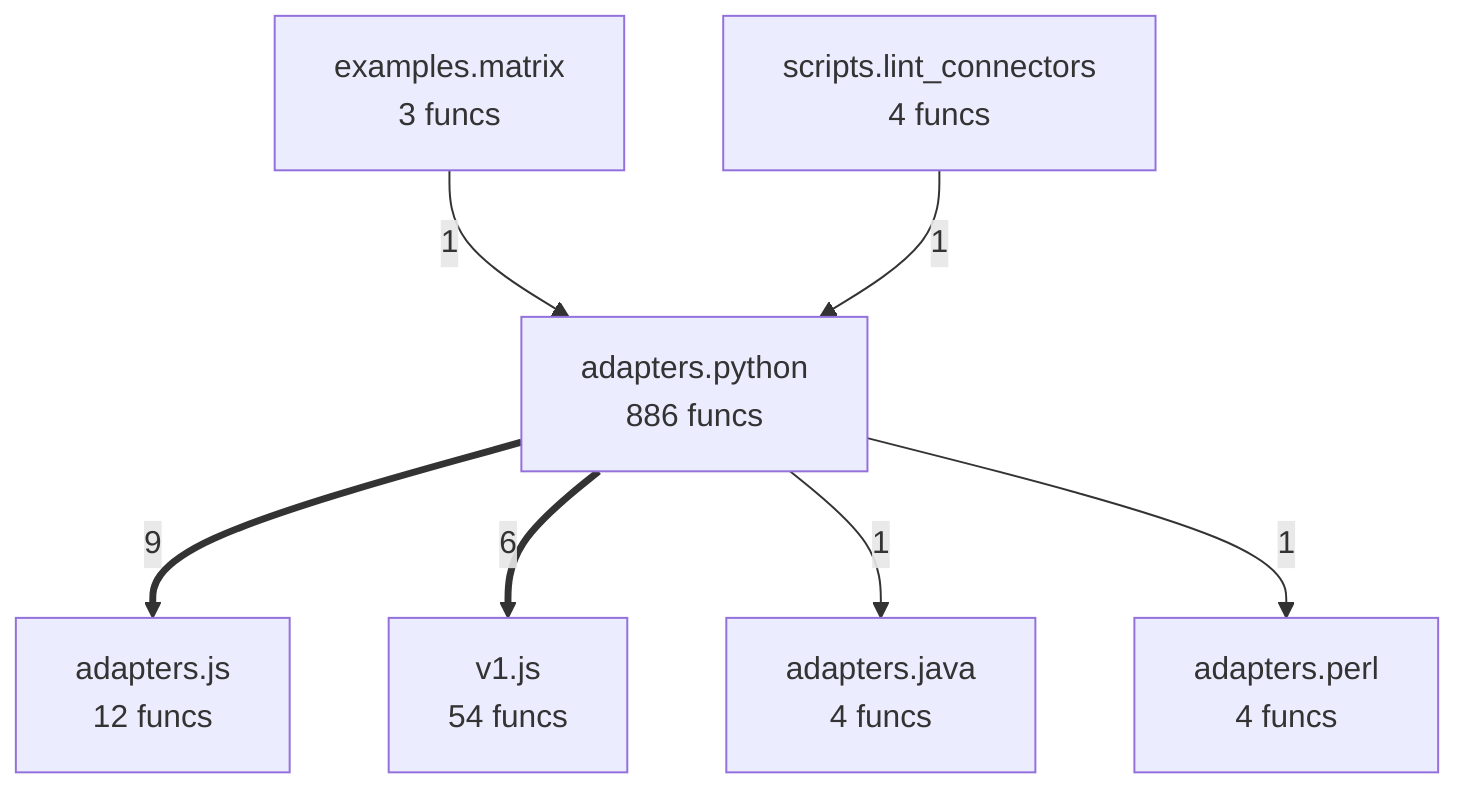
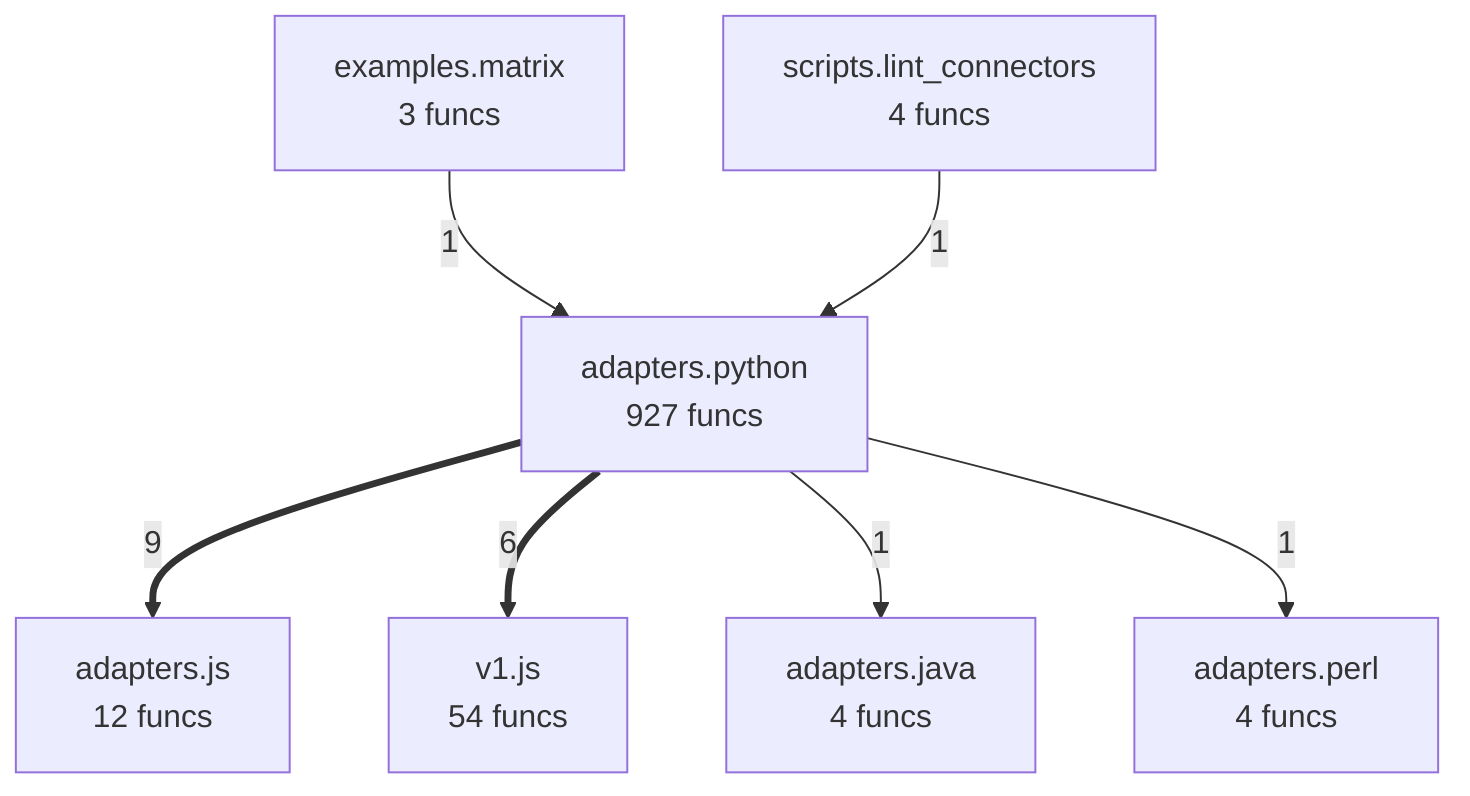
flowchart TD
%% generated in 0.02s
    adapters__java["adapters.java<br/>4 funcs"]
    adapters__js["adapters.js<br/>12 funcs"]
    adapters__perl["adapters.perl<br/>4 funcs"]
-     adapters__python["adapters.python<br/>886 funcs"]
+     adapters__python["adapters.python<br/>927 funcs"]
    examples__matrix["examples.matrix<br/>3 funcs"]
    scripts__lint_connectors["scripts.lint_connectors<br/>4 funcs"]
    v1__js["v1.js<br/>54 funcs"]
    adapters__python ==>|9| adapters__js
    adapters__python ==>|6| v1__js
    examples__matrix -->|1| adapters__python
    scripts__lint_connectors -->|1| adapters__python
    adapters__python -->|1| adapters__java
    adapters__python -->|1| adapters__perl
